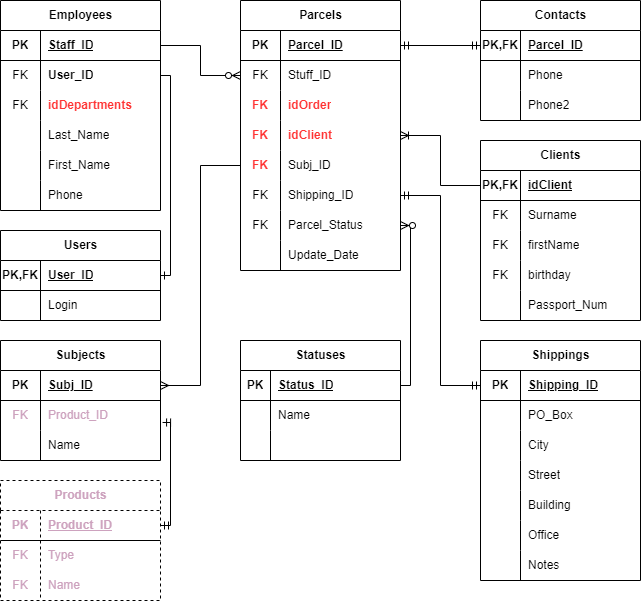
vnukov-vv/AlfaCampus-SA keeps this draw.io diagram as HW DB/ParcelDelivery.drawio.png. Above is the earlier version. Source tidied: cells renumbered, new cells last; positions are measured from the earlier drawing's top-left corner, leaving out a move shared by most shapes.
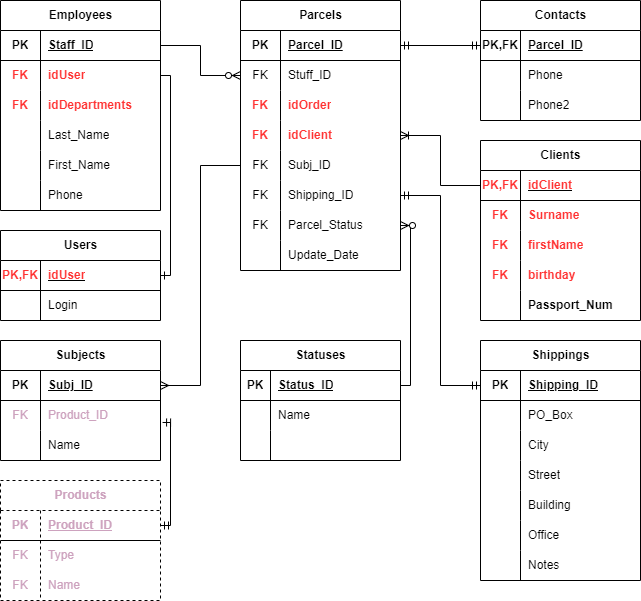
The same file after the commit.

Diff of the diagram source:
```diff
@@ -8,10 +8,10 @@
     <mxCell id="3" style="shape=tableRow;horizontal=0;startSize=0;swimlaneHead=0;swimlaneBody=0;fillColor=none;points=[[0,0.5],[1,0.5]];portConstraint=eastwest;top=0;left=0;right=0;bottom=1;" parent="2" vertex="1">
       <mxGeometry y="30" width="160" height="30" as="geometry" />
     </mxCell>
-    <mxCell id="4" value="PK,FK" style="shape=partialRectangle;fillColor=none;top=0;left=0;bottom=0;right=0;fontStyle=1;overflow=hidden;whiteSpace=wrap;html=1;" parent="3" vertex="1">
+    <mxCell id="4" value="&lt;font color=&quot;#ff3333&quot;&gt;PK,FK&lt;/font&gt;" style="shape=partialRectangle;fillColor=none;top=0;left=0;bottom=0;right=0;fontStyle=1;overflow=hidden;whiteSpace=wrap;html=1;" parent="3" vertex="1">
       <mxGeometry width="40" height="30" as="geometry" />
     </mxCell>
-    <mxCell id="5" value="User_ID" style="shape=partialRectangle;fillColor=none;top=0;left=0;bottom=0;right=0;align=left;spacingLeft=6;fontStyle=5;overflow=hidden;whiteSpace=wrap;html=1;" parent="3" vertex="1">
+    <mxCell id="5" value="&lt;font color=&quot;#ff3333&quot;&gt;idUser&lt;/font&gt;" style="shape=partialRectangle;fillColor=none;top=0;left=0;bottom=0;right=0;align=left;spacingLeft=6;fontStyle=5;overflow=hidden;whiteSpace=wrap;html=1;" parent="3" vertex="1">
       <mxGeometry x="40" width="120" height="30" as="geometry" />
     </mxCell>
     <mxCell id="6" style="shape=tableRow;horizontal=0;startSize=0;swimlaneHead=0;swimlaneBody=0;fillColor=none;top=0;left=0;right=0;bottom=0;" parent="2" vertex="1">
@@ -65,7 +65,7 @@
     <mxCell id="22" style="shape=tableRow;horizontal=0;startSize=0;swimlaneHead=0;swimlaneBody=0;fillColor=none;points=[[0,0.5],[1,0.5]];portConstraint=eastwest;top=0;left=0;right=0;bottom=0;" parent="9" vertex="1">
       <mxGeometry y="150" width="160" height="30" as="geometry" />
     </mxCell>
-    <mxCell id="23" value="&lt;font color=&quot;#ff3333&quot;&gt;&lt;b&gt;FK&lt;/b&gt;&lt;/font&gt;" style="shape=partialRectangle;fillColor=none;top=0;left=0;bottom=0;right=0;overflow=hidden;whiteSpace=wrap;html=1;" parent="22" vertex="1">
+    <mxCell id="23" value="FK" style="shape=partialRectangle;fillColor=none;top=0;left=0;bottom=0;right=0;overflow=hidden;whiteSpace=wrap;html=1;" parent="22" vertex="1">
       <mxGeometry width="40" height="30" as="geometry" />
     </mxCell>
     <mxCell id="24" value="Subj_ID" style="shape=partialRectangle;fillColor=none;top=0;left=0;bottom=0;right=0;align=left;spacingLeft=6;overflow=hidden;whiteSpace=wrap;html=1;" parent="22" vertex="1">
@@ -134,37 +134,37 @@
     <mxCell id="45" style="shape=tableRow;horizontal=0;startSize=0;swimlaneHead=0;swimlaneBody=0;fillColor=none;points=[[0,0.5],[1,0.5]];portConstraint=eastwest;top=0;left=0;right=0;bottom=1;" parent="44" vertex="1">
       <mxGeometry y="30" width="160" height="30" as="geometry" />
     </mxCell>
-    <mxCell id="46" value="PK,FK" style="shape=partialRectangle;fillColor=none;top=0;left=0;bottom=0;right=0;fontStyle=1;overflow=hidden;whiteSpace=wrap;html=1;" parent="45" vertex="1">
+    <mxCell id="46" value="&lt;font color=&quot;#ff3333&quot;&gt;PK,FK&lt;/font&gt;" style="shape=partialRectangle;fillColor=none;top=0;left=0;bottom=0;right=0;fontStyle=1;overflow=hidden;whiteSpace=wrap;html=1;" parent="45" vertex="1">
       <mxGeometry width="40" height="30" as="geometry" />
     </mxCell>
-    <mxCell id="47" value="idClient" style="shape=partialRectangle;fillColor=none;top=0;left=0;bottom=0;right=0;align=left;spacingLeft=6;fontStyle=5;overflow=hidden;whiteSpace=wrap;html=1;" parent="45" vertex="1">
+    <mxCell id="47" value="&lt;font color=&quot;#ff3333&quot;&gt;idClient&lt;/font&gt;" style="shape=partialRectangle;fillColor=none;top=0;left=0;bottom=0;right=0;align=left;spacingLeft=6;fontStyle=5;overflow=hidden;whiteSpace=wrap;html=1;" parent="45" vertex="1">
       <mxGeometry x="40" width="120" height="30" as="geometry" />
     </mxCell>
     <mxCell id="48" style="shape=tableRow;horizontal=0;startSize=0;swimlaneHead=0;swimlaneBody=0;fillColor=none;top=0;left=0;right=0;bottom=0;" parent="44" vertex="1">
       <mxGeometry y="60" width="160" height="30" as="geometry" />
     </mxCell>
-    <mxCell id="49" value="FK" style="shape=partialRectangle;fillColor=none;top=0;left=0;bottom=0;right=0;overflow=hidden;whiteSpace=wrap;html=1;" parent="48" vertex="1">
+    <mxCell id="49" value="&lt;b&gt;&lt;font color=&quot;#ff3333&quot;&gt;FK&lt;/font&gt;&lt;/b&gt;" style="shape=partialRectangle;fillColor=none;top=0;left=0;bottom=0;right=0;overflow=hidden;whiteSpace=wrap;html=1;" parent="48" vertex="1">
       <mxGeometry width="40" height="30" as="geometry" />
     </mxCell>
-    <mxCell id="50" value="Surname" style="shape=partialRectangle;fillColor=none;top=0;left=0;bottom=0;right=0;align=left;spacingLeft=6;overflow=hidden;whiteSpace=wrap;html=1;" parent="48" vertex="1">
+    <mxCell id="50" value="&lt;font color=&quot;#ff3333&quot;&gt;&lt;b&gt;Surname&lt;/b&gt;&lt;/font&gt;" style="shape=partialRectangle;fillColor=none;top=0;left=0;bottom=0;right=0;align=left;spacingLeft=6;overflow=hidden;whiteSpace=wrap;html=1;" parent="48" vertex="1">
       <mxGeometry x="40" width="120" height="30" as="geometry" />
     </mxCell>
     <mxCell id="51" style="shape=tableRow;horizontal=0;startSize=0;swimlaneHead=0;swimlaneBody=0;fillColor=none;top=0;left=0;right=0;bottom=0;" parent="44" vertex="1">
       <mxGeometry y="90" width="160" height="30" as="geometry" />
     </mxCell>
-    <mxCell id="52" value="FK" style="shape=partialRectangle;fillColor=none;top=0;left=0;bottom=0;right=0;overflow=hidden;whiteSpace=wrap;html=1;" parent="51" vertex="1">
+    <mxCell id="52" value="&lt;b&gt;&lt;font color=&quot;#ff3333&quot;&gt;FK&lt;/font&gt;&lt;/b&gt;" style="shape=partialRectangle;fillColor=none;top=0;left=0;bottom=0;right=0;overflow=hidden;whiteSpace=wrap;html=1;" parent="51" vertex="1">
       <mxGeometry width="40" height="30" as="geometry" />
     </mxCell>
-    <mxCell id="53" value="firstName" style="shape=partialRectangle;fillColor=none;top=0;left=0;bottom=0;right=0;align=left;spacingLeft=6;overflow=hidden;whiteSpace=wrap;html=1;" parent="51" vertex="1">
+    <mxCell id="53" value="&lt;font color=&quot;#ff3333&quot;&gt;&lt;b&gt;firstName&lt;/b&gt;&lt;/font&gt;" style="shape=partialRectangle;fillColor=none;top=0;left=0;bottom=0;right=0;align=left;spacingLeft=6;overflow=hidden;whiteSpace=wrap;html=1;" parent="51" vertex="1">
       <mxGeometry x="40" width="120" height="30" as="geometry" />
     </mxCell>
     <mxCell id="54" style="shape=tableRow;horizontal=0;startSize=0;swimlaneHead=0;swimlaneBody=0;fillColor=none;top=0;left=0;right=0;bottom=0;" parent="44" vertex="1">
       <mxGeometry y="120" width="160" height="30" as="geometry" />
     </mxCell>
-    <mxCell id="55" value="FK" style="shape=partialRectangle;fillColor=none;top=0;left=0;bottom=0;right=0;overflow=hidden;whiteSpace=wrap;html=1;" parent="54" vertex="1">
+    <mxCell id="55" value="&lt;b&gt;&lt;font color=&quot;#ff3333&quot;&gt;FK&lt;/font&gt;&lt;/b&gt;" style="shape=partialRectangle;fillColor=none;top=0;left=0;bottom=0;right=0;overflow=hidden;whiteSpace=wrap;html=1;" parent="54" vertex="1">
       <mxGeometry width="40" height="30" as="geometry" />
     </mxCell>
-    <mxCell id="56" value="birthday" style="shape=partialRectangle;fillColor=none;top=0;left=0;bottom=0;right=0;align=left;spacingLeft=6;overflow=hidden;whiteSpace=wrap;html=1;" parent="54" vertex="1">
+    <mxCell id="56" value="&lt;font color=&quot;#ff3333&quot;&gt;&lt;b&gt;birthday&lt;/b&gt;&lt;/font&gt;" style="shape=partialRectangle;fillColor=none;top=0;left=0;bottom=0;right=0;align=left;spacingLeft=6;overflow=hidden;whiteSpace=wrap;html=1;" parent="54" vertex="1">
       <mxGeometry x="40" width="120" height="30" as="geometry" />
     </mxCell>
     <mxCell id="57" style="shape=tableRow;horizontal=0;startSize=0;swimlaneHead=0;swimlaneBody=0;fillColor=none;top=0;left=0;right=0;bottom=0;" parent="44" vertex="1">
@@ -173,7 +173,7 @@
     <mxCell id="58" style="shape=partialRectangle;fillColor=none;top=0;left=0;bottom=0;right=0;overflow=hidden;whiteSpace=wrap;html=1;" parent="57" vertex="1">
       <mxGeometry width="40" height="30" as="geometry" />
     </mxCell>
-    <mxCell id="59" value="Passport_Num" style="shape=partialRectangle;fillColor=none;top=0;left=0;bottom=0;right=0;align=left;spacingLeft=6;overflow=hidden;whiteSpace=wrap;html=1;" parent="57" vertex="1">
+    <mxCell id="59" value="&lt;b&gt;Passport_Num&lt;/b&gt;" style="shape=partialRectangle;fillColor=none;top=0;left=0;bottom=0;right=0;align=left;spacingLeft=6;overflow=hidden;whiteSpace=wrap;html=1;" parent="57" vertex="1">
       <mxGeometry x="40" width="120" height="30" as="geometry" />
     </mxCell>
     <mxCell id="60" value="Shippings" style="shape=table;startSize=30;rowLines=0;fontStyle=1;align=center;html=1;" parent="1" vertex="1">
@@ -257,16 +257,16 @@
     <mxCell id="86" style="shape=tableRow;horizontal=0;startSize=0;swimlaneHead=0;swimlaneBody=0;fillColor=none;points=[[0,0.5],[1,0.5]];portConstraint=eastwest;top=0;left=0;right=0;bottom=0;" parent="82" vertex="1">
       <mxGeometry y="60" width="160" height="30" as="geometry" />
     </mxCell>
-    <mxCell id="87" value="FK" style="shape=partialRectangle;fillColor=none;top=0;left=0;bottom=0;right=0;overflow=hidden;whiteSpace=wrap;html=1;" parent="86" vertex="1">
+    <mxCell id="87" value="&lt;b&gt;&lt;font color=&quot;#ff3333&quot;&gt;FK&lt;/font&gt;&lt;/b&gt;" style="shape=partialRectangle;fillColor=none;top=0;left=0;bottom=0;right=0;overflow=hidden;whiteSpace=wrap;html=1;" parent="86" vertex="1">
       <mxGeometry width="40" height="30" as="geometry" />
     </mxCell>
-    <mxCell id="88" value="&lt;b&gt;User_ID&lt;/b&gt;" style="shape=partialRectangle;fillColor=none;top=0;left=0;bottom=0;right=0;align=left;spacingLeft=6;overflow=hidden;whiteSpace=wrap;html=1;" parent="86" vertex="1">
+    <mxCell id="88" value="&lt;b&gt;&lt;font color=&quot;#ff3333&quot;&gt;idUser&lt;/font&gt;&lt;/b&gt;" style="shape=partialRectangle;fillColor=none;top=0;left=0;bottom=0;right=0;align=left;spacingLeft=6;overflow=hidden;whiteSpace=wrap;html=1;" parent="86" vertex="1">
       <mxGeometry x="40" width="120" height="30" as="geometry" />
     </mxCell>
     <mxCell id="89" style="shape=tableRow;horizontal=0;startSize=0;swimlaneHead=0;swimlaneBody=0;fillColor=none;top=0;left=0;right=0;bottom=0;" parent="82" vertex="1">
       <mxGeometry y="90" width="160" height="30" as="geometry" />
     </mxCell>
-    <mxCell id="90" value="FK" style="shape=partialRectangle;fillColor=none;top=0;left=0;bottom=0;right=0;overflow=hidden;whiteSpace=wrap;html=1;" parent="89" vertex="1">
+    <mxCell id="90" value="&lt;b&gt;&lt;font color=&quot;#ff3333&quot;&gt;FK&lt;/font&gt;&lt;/b&gt;" style="shape=partialRectangle;fillColor=none;top=0;left=0;bottom=0;right=0;overflow=hidden;whiteSpace=wrap;html=1;" parent="89" vertex="1">
       <mxGeometry width="40" height="30" as="geometry" />
     </mxCell>
     <mxCell id="91" value="&lt;b&gt;&lt;font color=&quot;#ff3333&quot;&gt;idDepartments&lt;/font&gt;&lt;/b&gt;" style="shape=partialRectangle;fillColor=none;top=0;left=0;bottom=0;right=0;align=left;spacingLeft=6;overflow=hidden;whiteSpace=wrap;html=1;" parent="89" vertex="1">
```
